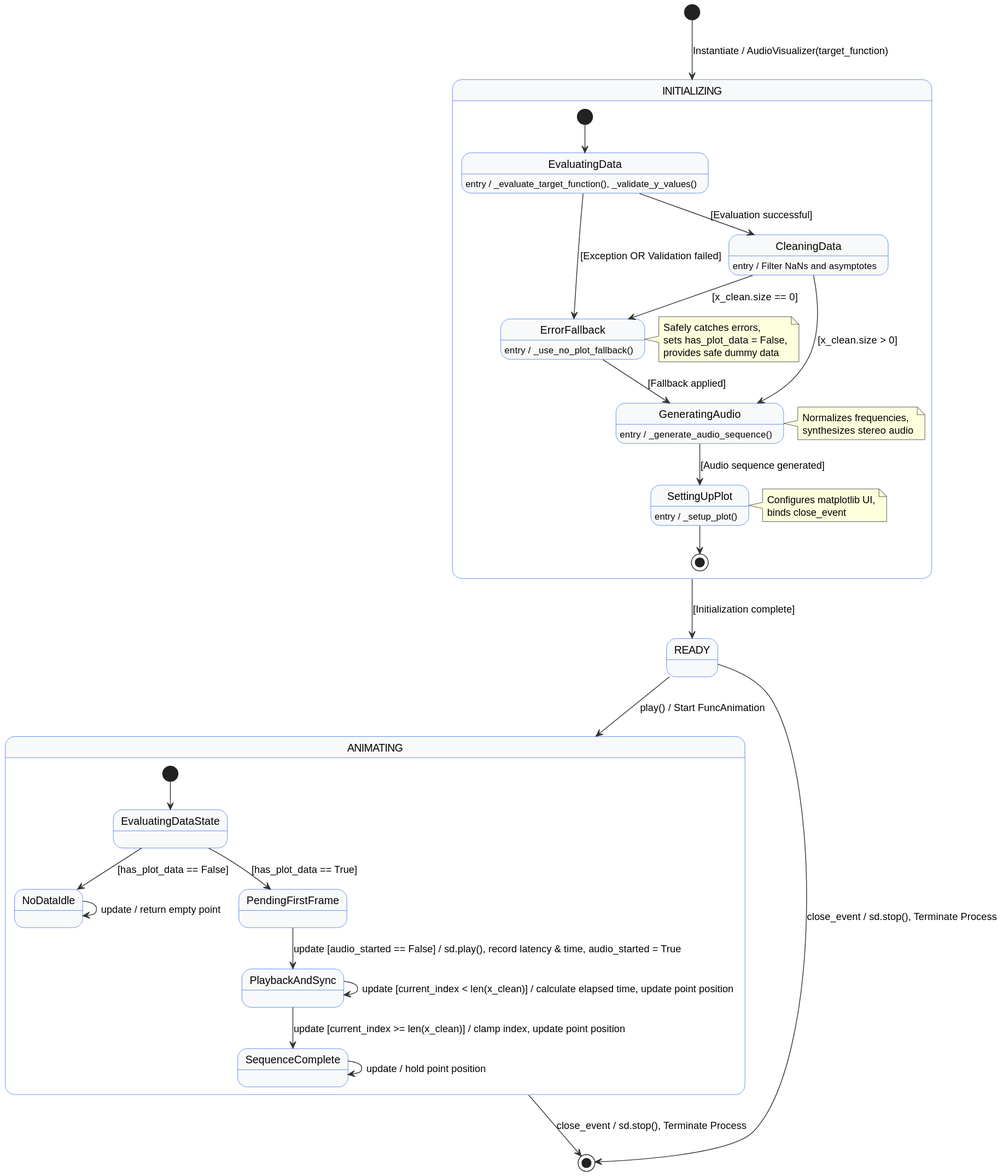
katrika2025/Graphear keeps this PlantUML diagram as out/state_diagram/state_diagram.svg. Above is the earlier version.
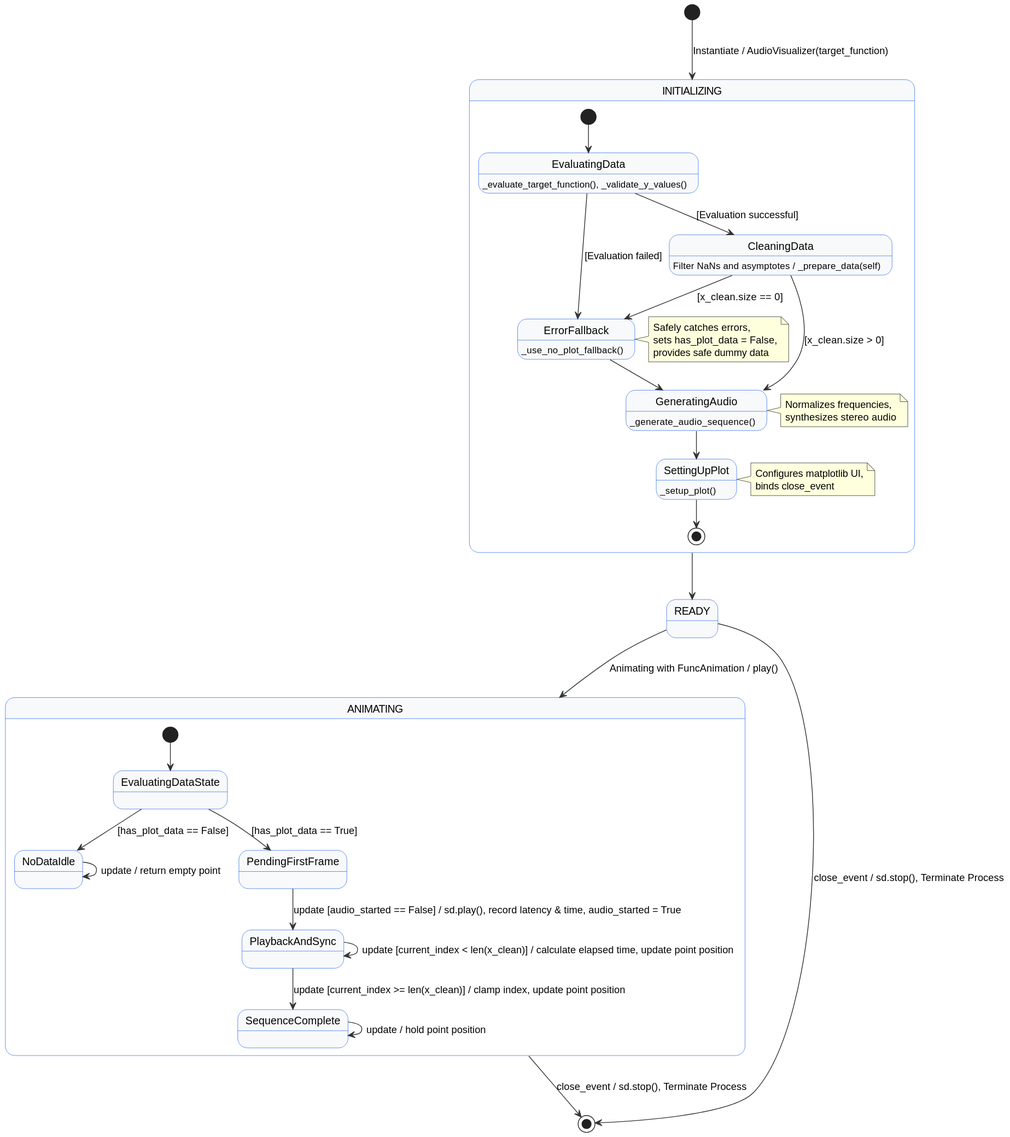
Later version of the same file.

Diff of the diagram source:
```diff
@@ -10,35 +10,35 @@
 state INITIALIZING {
   [*] --> EvaluatingData
 
-  EvaluatingData : entry / _evaluate_target_function(), _validate_y_values()
+  EvaluatingData :_evaluate_target_function(), _validate_y_values()
 
   EvaluatingData --> CleaningData : [Evaluation successful]
-  EvaluatingData --> ErrorFallback : [Exception OR Validation failed]
+  EvaluatingData --> ErrorFallback : [Evaluation failed]
 
-  CleaningData : entry / Filter NaNs and asymptotes
+  CleaningData : Filter NaNs and asymptotes / _prepare_data(self)
 
   CleaningData --> GeneratingAudio : [x_clean.size > 0]
   CleaningData --> ErrorFallback : [x_clean.size == 0]
 
-  ErrorFallback : entry / _use_no_plot_fallback()
+  ErrorFallback : _use_no_plot_fallback()
   note right of ErrorFallback : Safely catches errors,\nsets has_plot_data = False,\nprovides safe dummy data
 
-  ErrorFallback --> GeneratingAudio : [Fallback applied]
+  ErrorFallback --> GeneratingAudio
 
-  GeneratingAudio : entry / _generate_audio_sequence()
+  GeneratingAudio : _generate_audio_sequence()
   note right of GeneratingAudio : Normalizes frequencies,\nsynthesizes stereo audio
 
-  GeneratingAudio --> SettingUpPlot : [Audio sequence generated]
+  GeneratingAudio --> SettingUpPlot
 
-  SettingUpPlot : entry / _setup_plot()
+  SettingUpPlot : _setup_plot()
   note right of SettingUpPlot : Configures matplotlib UI,\nbinds close_event
 
   SettingUpPlot --> [*]
 }
 
-INITIALIZING --> READY : [Initialization complete]
+INITIALIZING --> READY
 
-READY --> ANIMATING : play() / Start FuncAnimation
+READY --> ANIMATING : Animating with FuncAnimation / play()
 
 state ANIMATING {
   [*] --> EvaluatingDataState
```
